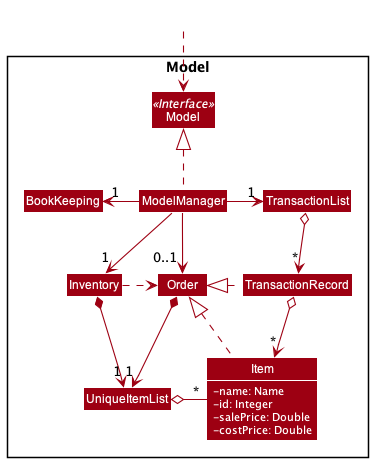
nus-cs2103-AY2122S1/tp keeps this PlantUML diagram as docs/images/ModelLowLevelClassDiagram.png. Above is the earlier version. The source it was exported from:
```plantuml
@startuml
!include style.puml
skinparam arrowThickness 1.1
skinparam arrowColor MODEL_COLOR
skinparam classBackgroundColor MODEL_COLOR

Package Model <<Rectangle>>{
Interface Model <<Interface>>
Class Model
Class ModelManager

Class Inventory
Class TransactionList
Class BookKeeping
Class Order
Class UniqueItemList
Class TransactionRecord
Class Item {
    -name: Name
    -id: Integer
    -salePrice: Double
    -costPrice: Double
}

}

Class HiddenOutside #FFFFFF
HiddenOutside ..> Model


ModelManager .up.|> Model
ModelManager -left-> "1" BookKeeping
ModelManager --> "1" Inventory
ModelManager -right-> "1" TransactionList
ModelManager --> "0..1" Order
TransactionList o-down-> "*" TransactionRecord

Inventory .right.> Order

Order *--> "1" UniqueItemList
Inventory *--> "1" UniqueItemList
TransactionRecord o--> "*" Item
TransactionRecord .left.|> Order

UniqueItemList o-right- "*" Item
Item .up.|> Order

@enduml
```
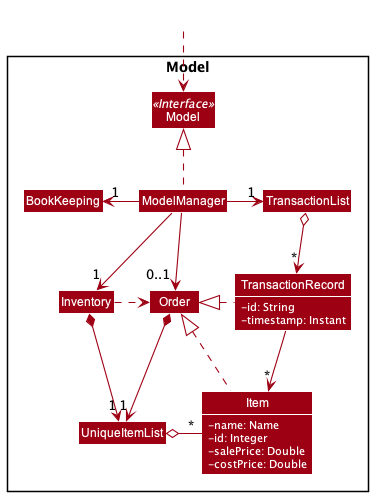
Later version of the same file.

Commit message:
Update low level class diagram of Model

The edit, as a diff of the source:
```diff
@@ -14,7 +14,10 @@
 Class BookKeeping
 Class Order
 Class UniqueItemList
-Class TransactionRecord
+Class TransactionRecord {
+    -id: String
+    -timestamp: Instant
+}
 Class Item {
     -name: Name
     -id: Integer
@@ -39,7 +42,7 @@
 
 Order *--> "1" UniqueItemList
 Inventory *--> "1" UniqueItemList
-TransactionRecord o--> "*" Item
+TransactionRecord --> "*" Item
 TransactionRecord .left.|> Order
 
 UniqueItemList o-right- "*" Item
```
